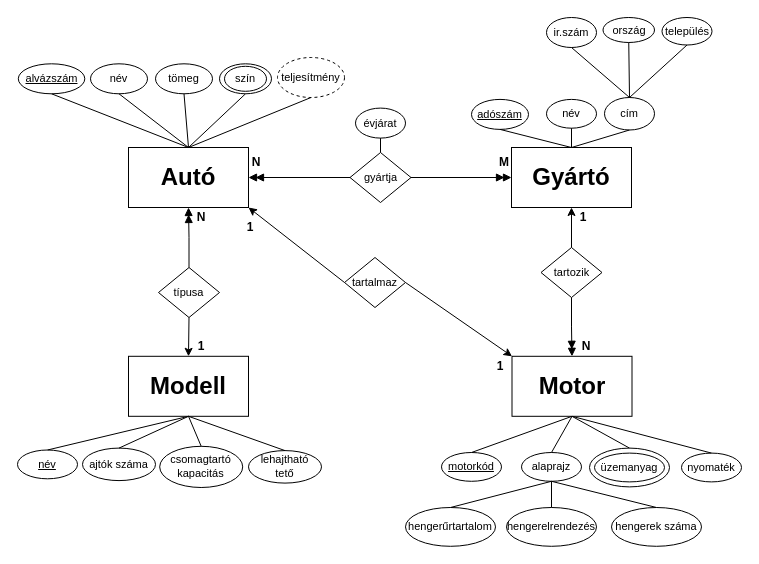
The draw.io diagram XMLTaskIG1TYM/ERIG1TYM.drawio in B-Beny/IG1TYM_XMLGyak, before the edit. Source tidied: cells renumbered, new cells numbered last; positions are measured from the earlier drawing's top-left corner, leaving out a move shared by most shapes. Both pictures are drawn from the tidied source at 100%, with x=0, y=0 at pixel (17, 17).
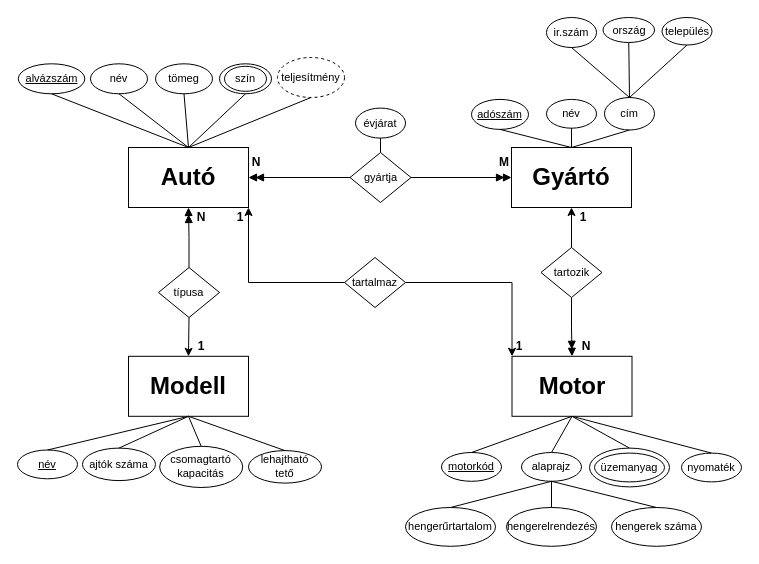
The same page after the edit.

Unchanged cells that the change refers to:
```xml
<mxCell id="2" value="&lt;b&gt;&lt;font style=&quot;font-size: 24px;&quot;&gt;Autó&lt;/font&gt;&lt;/b&gt;" style="rounded=0;whiteSpace=wrap;html=1;fillColor=none;" parent="1" vertex="1">
  <mxGeometry x="111" y="130" width="120" height="60" as="geometry" />
</mxCell>
<mxCell id="5" value="&lt;b&gt;&lt;font style=&quot;font-size: 24px;&quot;&gt;Motor&lt;/font&gt;&lt;/b&gt;" style="rounded=0;whiteSpace=wrap;html=1;fillColor=none;" parent="1" vertex="1">
  <mxGeometry x="494.5" y="338.8" width="120" height="60" as="geometry" />
</mxCell>
<mxCell id="10" value="tartalmaz" style="rhombus;whiteSpace=wrap;html=1;fontSize=11;fillColor=none;" parent="1" vertex="1">
  <mxGeometry x="327" y="240" width="61" height="50" as="geometry" />
</mxCell>
```

Diff of the diagram source:
```diff
@@
-    <mxCell id="8" style="edgeStyle=none;rounded=0;jettySize=auto;html=1;exitX=1;exitY=0.5;exitDx=0;exitDy=0;entryX=0;entryY=0;entryDx=0;entryDy=0;fontSize=11;endArrow=classic;endFill=1;" parent="1" edge="1" source="10" target="5">
+    <mxCell id="8" style="edgeStyle=orthogonalEdgeStyle;rounded=0;jettySize=auto;html=1;exitX=1;exitY=0.5;exitDx=0;exitDy=0;entryX=0;entryY=0;entryDx=0;entryDy=0;fontSize=11;endArrow=classic;endFill=1;" parent="1" edge="1" source="10" target="5">
       <mxGeometry relative="1" as="geometry" />
     </mxCell>
-    <mxCell id="9" style="edgeStyle=none;rounded=0;jettySize=auto;html=1;exitX=0;exitY=0.5;exitDx=0;exitDy=0;entryX=1;entryY=1;entryDx=0;entryDy=0;fontSize=11;endArrow=classic;endFill=1;" parent="1" edge="1" source="10" target="2">
+    <mxCell id="9" style="edgeStyle=orthogonalEdgeStyle;rounded=0;jettySize=auto;html=1;exitX=0;exitY=0.5;exitDx=0;exitDy=0;entryX=1;entryY=1;entryDx=0;entryDy=0;fontSize=11;endArrow=classic;endFill=1;" parent="1" edge="1" source="10" target="2">
       <mxGeometry relative="1" as="geometry" />
     </mxCell>
@@
     <mxCell id="66" value="&lt;b&gt;1&lt;/b&gt;" style="rounded=0;whiteSpace=wrap;html=1;strokeColor=none;fillColor=none;" parent="1" vertex="1">
-      <mxGeometry x="225.2" y="200" width="16" height="20" as="geometry" />
+      <mxGeometry x="215" y="190" width="16" height="20" as="geometry" />
     </mxCell>
     <mxCell id="67" value="&lt;b&gt;1&lt;/b&gt;" style="rounded=0;whiteSpace=wrap;html=1;strokeColor=none;fillColor=none;" parent="1" vertex="1">
-      <mxGeometry x="474.5" y="338.8" width="16" height="20" as="geometry" />
+      <mxGeometry x="494" y="318.8" width="16" height="20" as="geometry" />
     </mxCell>
```
